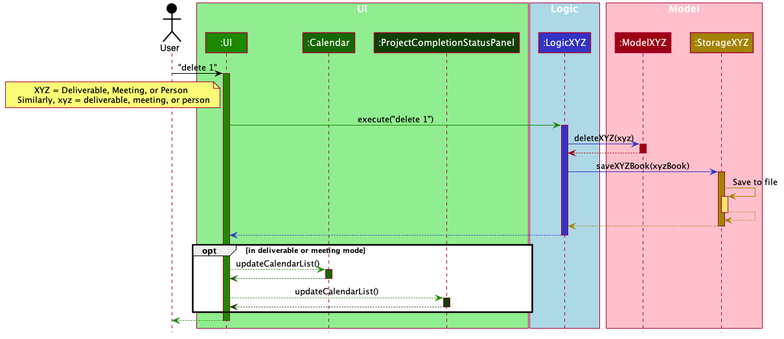
shadowezz/Productiv keeps this PlantUML diagram as docs/images/ArchitectureSequenceDiagramWithDb.png. Above is the earlier version.
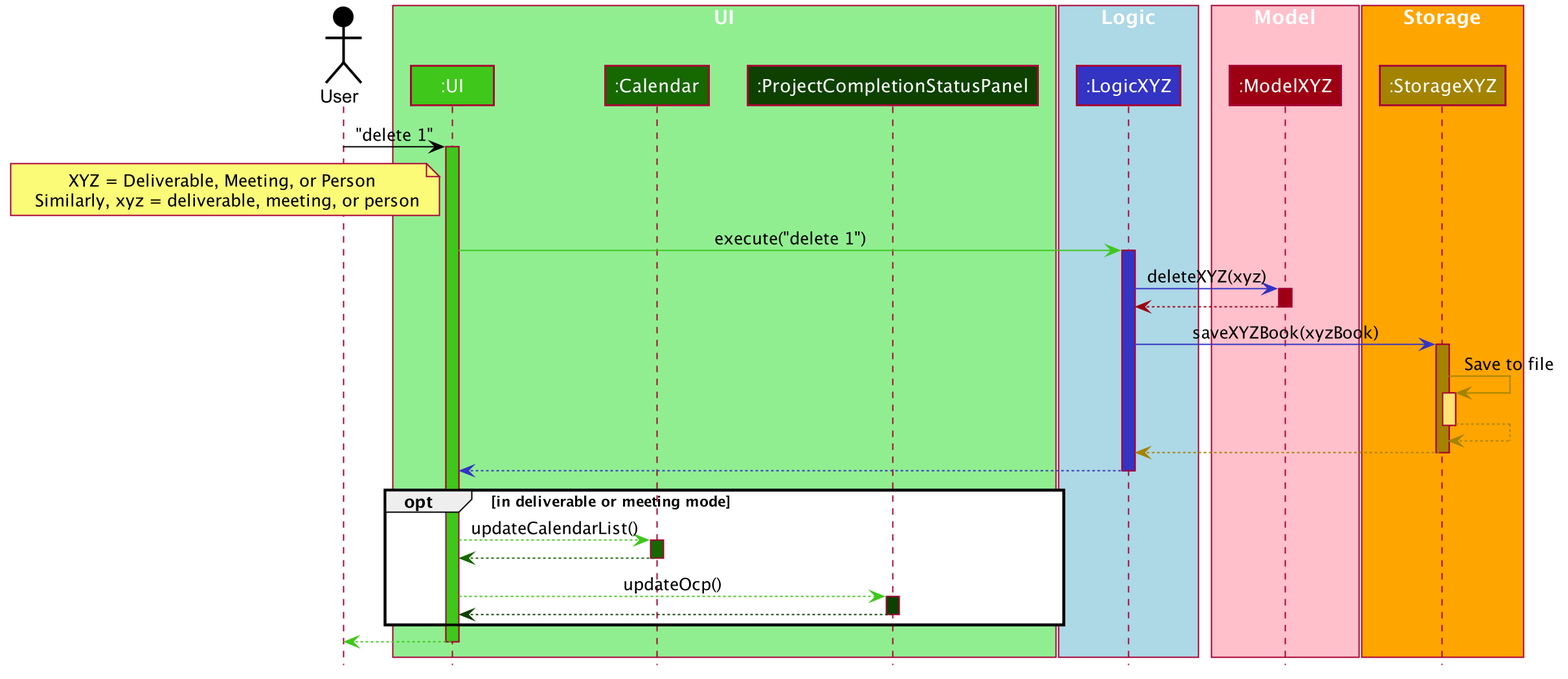
After the commit.

What changed in the source:
```diff
@@ -53,7 +53,7 @@
 
 Actor User as user #000000
 box "UI" #LightGreen
-Participant ":UI" as ui #1D8900
+Participant ":UI" as ui #3FC71B
 Participant ":Calendar" as calendar #166800
 Participant ":ProjectCompletionStatusPanel" as ocp #0E4100
 end box
@@ -64,14 +64,17 @@
 
 box "Model" #Pink
 Participant ":ModelXYZ" as modelPerson #9D0012
+end box
+
+box "Storage" #Orange
 Participant ":StorageXYZ" as storageMeeting #A38300
 end box
 
 user -[#000000]> ui : "delete 1"
-activate ui #1D8900
+activate ui #3FC71B
 
 note left of ui: XYZ = Deliverable, Meeting, or Person \n Similarly, xyz = deliverable, meeting, or person
-ui -[#1D8900]> logic : execute("delete 1")
+ui -[#3FC71B]> logic : execute("delete 1")
 activate logic #3333C4
 
 logic -[#3333C4]> modelPerson : deleteXYZ(xyz)
@@ -95,19 +98,19 @@
 deactivate logic
 
 opt in deliverable or meeting mode
-    ui--[#1D8900]> calendar : updateCalendarList()
+    ui--[#3FC71B]> calendar : updateCalendarList()
     activate calendar #166800
 
     calendar --[#166800]> ui
     deactivate calendar
 
-    ui--[#1D8900]> ocp : updateCalendarList()
+    ui--[#3FC71B]> ocp : updateOcp()
     activate ocp #0E4100
 
     ocp --[#0E4100]> ui
     deactivate ocp
 
 end
-ui--[#1D8900]> user
+ui--[#3FC71B]> user
 deactivate ui
 @enduml
```
